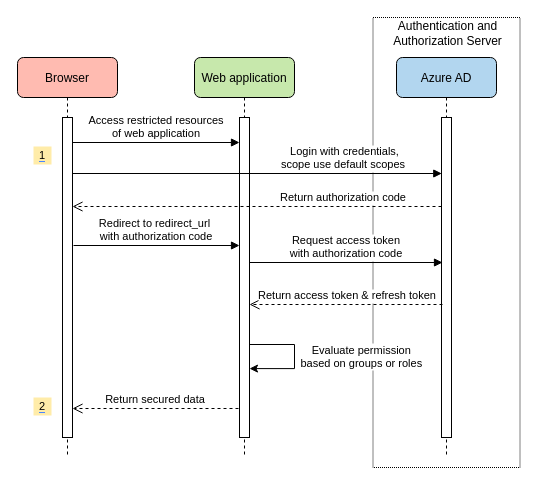
Above: sdk/spring/azure-spring-boot-starter-active-directory/resource/source-file/web-application.drawio in Azure/azure-sdk-for-java (draw.io), before the change. Source tidied: cells renumbered, new cells numbered last; positions are measured from the earlier drawing's top-left corner, leaving out a move shared by most shapes. Both pictures are drawn from the tidied source at 100%, with x=0, y=0 at pixel (17, 17).
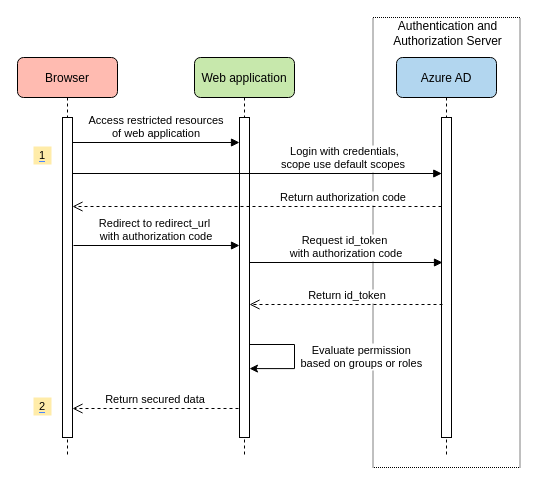
Above is the later version.

Change to the diagram source:
```diff
@@
-    <mxCell id="16" value="Request access token &#10;with authorization code" style="verticalAlign=bottom;endArrow=block;entryX=0;entryY=0;shadow=0;strokeWidth=1;fontSize=11;" parent="1" edge="1">
+    <mxCell id="16" value="Request id_token &#10;with authorization code" style="verticalAlign=bottom;endArrow=block;entryX=0;entryY=0;shadow=0;strokeWidth=1;fontSize=11;" parent="1" edge="1">
       <mxGeometry relative="1" as="geometry">
         <mxPoint x="232" y="245" as="sourcePoint" />
         <mxPoint x="425" y="245" as="targetPoint" />
       </mxGeometry>
     </mxCell>
@@
-    <mxCell id="19" value="Return access token &amp; refresh token" style="verticalAlign=bottom;endArrow=open;dashed=1;endSize=8;shadow=0;strokeWidth=1;exitX=-0.007;exitY=0.617;exitDx=0;exitDy=0;exitPerimeter=0;spacingRight=-4;fontSize=11;" parent="1" edge="1">
+    <mxCell id="19" value="Return id_token" style="verticalAlign=bottom;endArrow=open;dashed=1;endSize=8;shadow=0;strokeWidth=1;exitX=-0.007;exitY=0.617;exitDx=0;exitDy=0;exitPerimeter=0;spacingRight=-4;fontSize=11;" parent="1" edge="1">
       <mxGeometry x="0.01" relative="1" as="geometry">
         <mxPoint x="425" y="287" as="sourcePoint" />
         <mxPoint x="232" y="287" as="targetPoint" />
       </mxGeometry>
     </mxCell>
```
